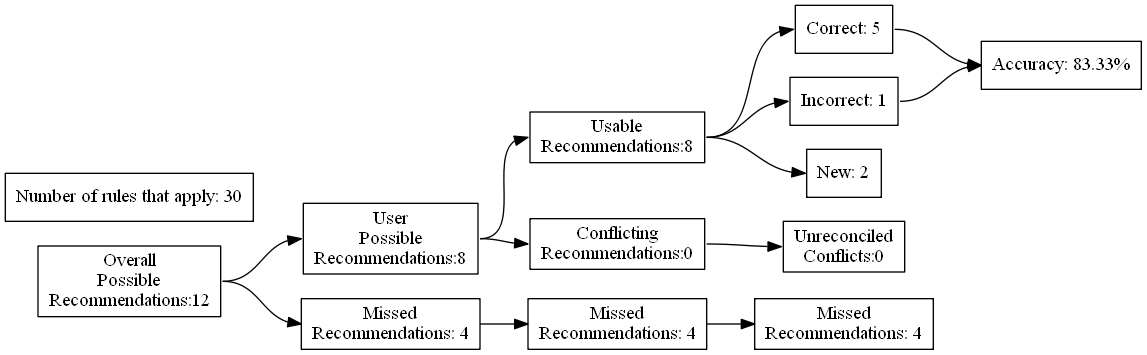
Earlier version of the Graphviz export test_renders/32.gv.png (ZaxR/ibd_diet_analysis). Its source is kept beside it as test_renders/32.gv.
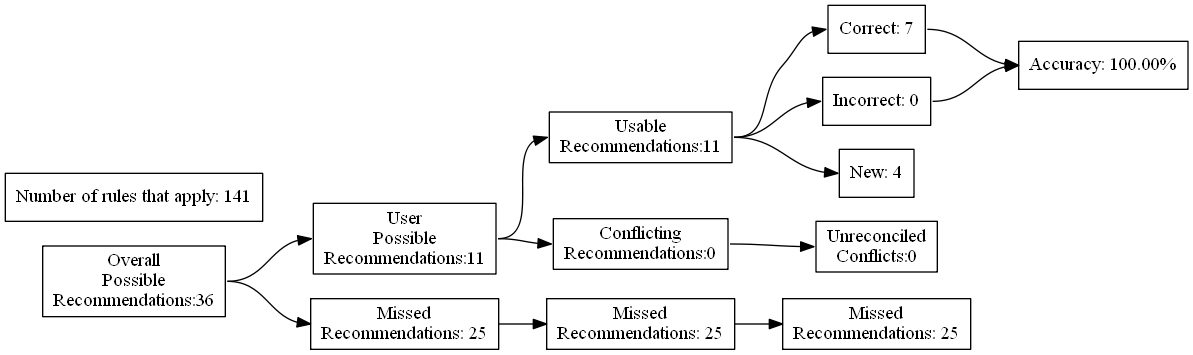
Later version of the same file.

Change to the diagram source:
```diff
@@ -4,27 +4,27 @@
 	edge [headport=w tailport=e]
 		A [label="Overall
 Possible
-Recommendations:12"]
+Recommendations:36"]
 		B [label="User
 Possible
-Recommendations:8"]
+Recommendations:11"]
 		C [label="Missed
-Recommendations: 4"]
+Recommendations: 25"]
 		D [label="Usable
-Recommendations:8"]
+Recommendations:11"]
 		E [label="Conflicting
 Recommendations:0"]
 		J [label="Missed
-Recommendations: 4"]
+Recommendations: 25"]
 		M [label="Unreconciled
 Conflicts:0"]
-		F [label="Correct: 5"]
-		G [label="Incorrect: 1"]
-		H [label="New: 2"]
+		F [label="Correct: 7"]
+		G [label="Incorrect: 0"]
+		H [label="New: 4"]
 		K [label="Missed
-Recommendations: 4"]
-		I [label="Accuracy: 83.33%"]
-		l [label="Number of rules that apply: 30"]
+Recommendations: 25"]
+		I [label="Accuracy: 100.00%"]
+		l [label="Number of rules that apply: 141"]
 			A -> B
 			A -> C
 			B -> D
```
